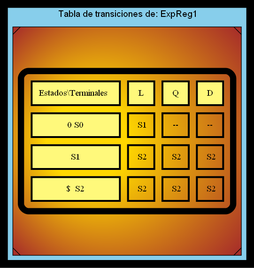
Above: TRANSICIONES_202000119/TransicionesExpReg1.png in SergieArizandieta/OLC1-P1-202000119 (Graphviz), before the change. Its source is kept beside it as TRANSICIONES_202000119/TransicionesExpReg1.dot.
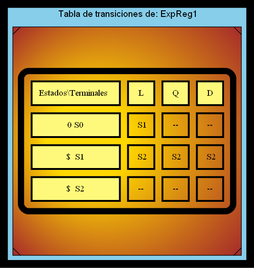
After the commit.

What changed in the source:
```diff
@@ -19,16 +19,16 @@
       <TD border="3" > -- </TD>
   </TR>
   <TR>
-      <TD border="3" bgcolor="#FFF97B">S1</TD>
+      <TD border="3" bgcolor="#FFF97B">$  S1</TD>
       <TD border="3" > S2</TD>
       <TD border="3" > S2</TD>
       <TD border="3" > S2</TD>
   </TR>
   <TR>
       <TD border="3" bgcolor="#FFF97B">$  S2</TD>
-      <TD border="3" > S2</TD>
-      <TD border="3" > S2</TD>
-      <TD border="3" > S2</TD>
+      <TD border="3" > -- </TD>
+      <TD border="3" > -- </TD>
+      <TD border="3" > -- </TD>
   </TR>
 
 </TABLE>>];}}
```
